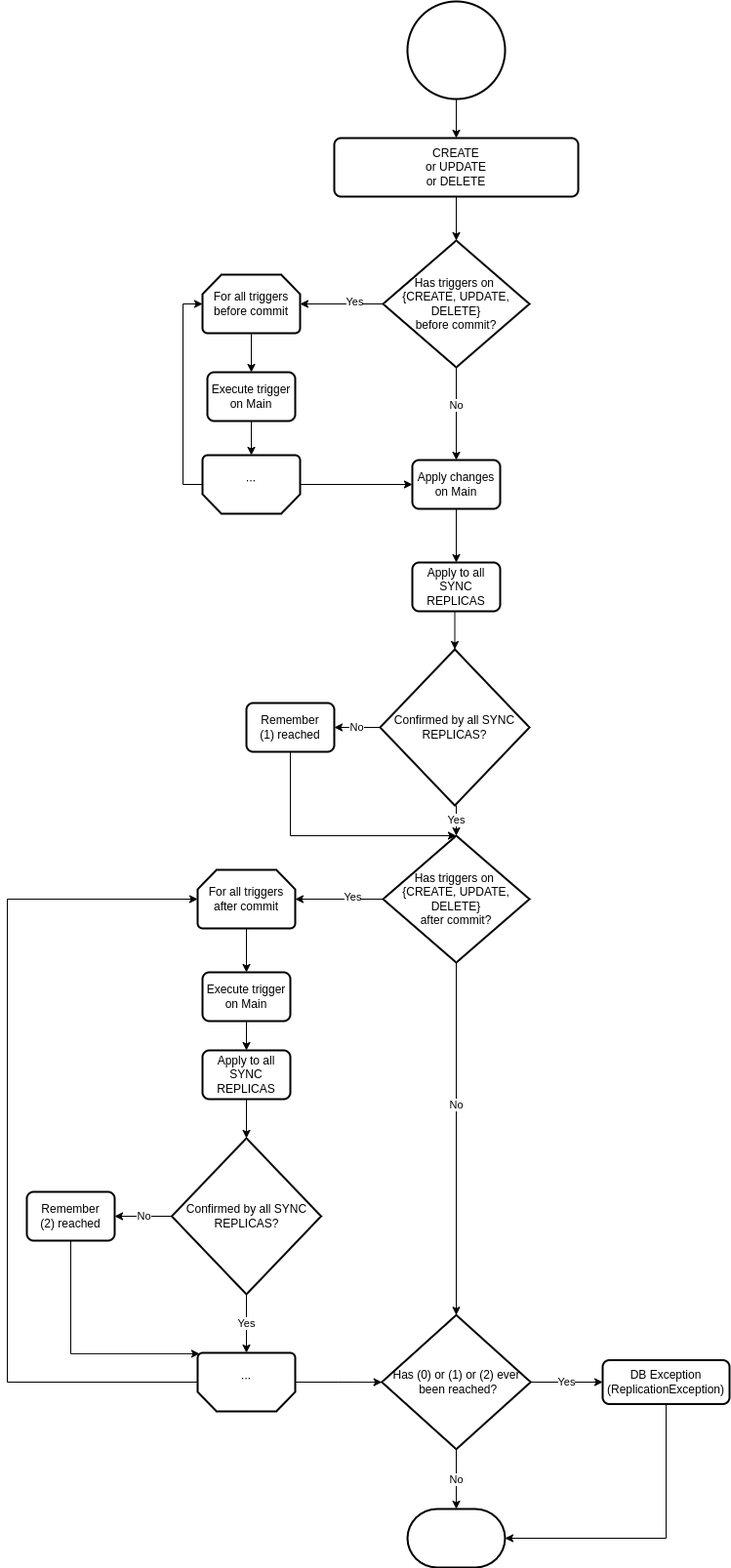
Above: docs/under-the-hood/data/replication/workflow_diagram_data_manipulation.drawio.png in memgraph/docs (draw.io), before the change. Source tidied: cells renumbered, new cells last; positions are measured from the earlier drawing's top-left corner, leaving out a move shared by most shapes.
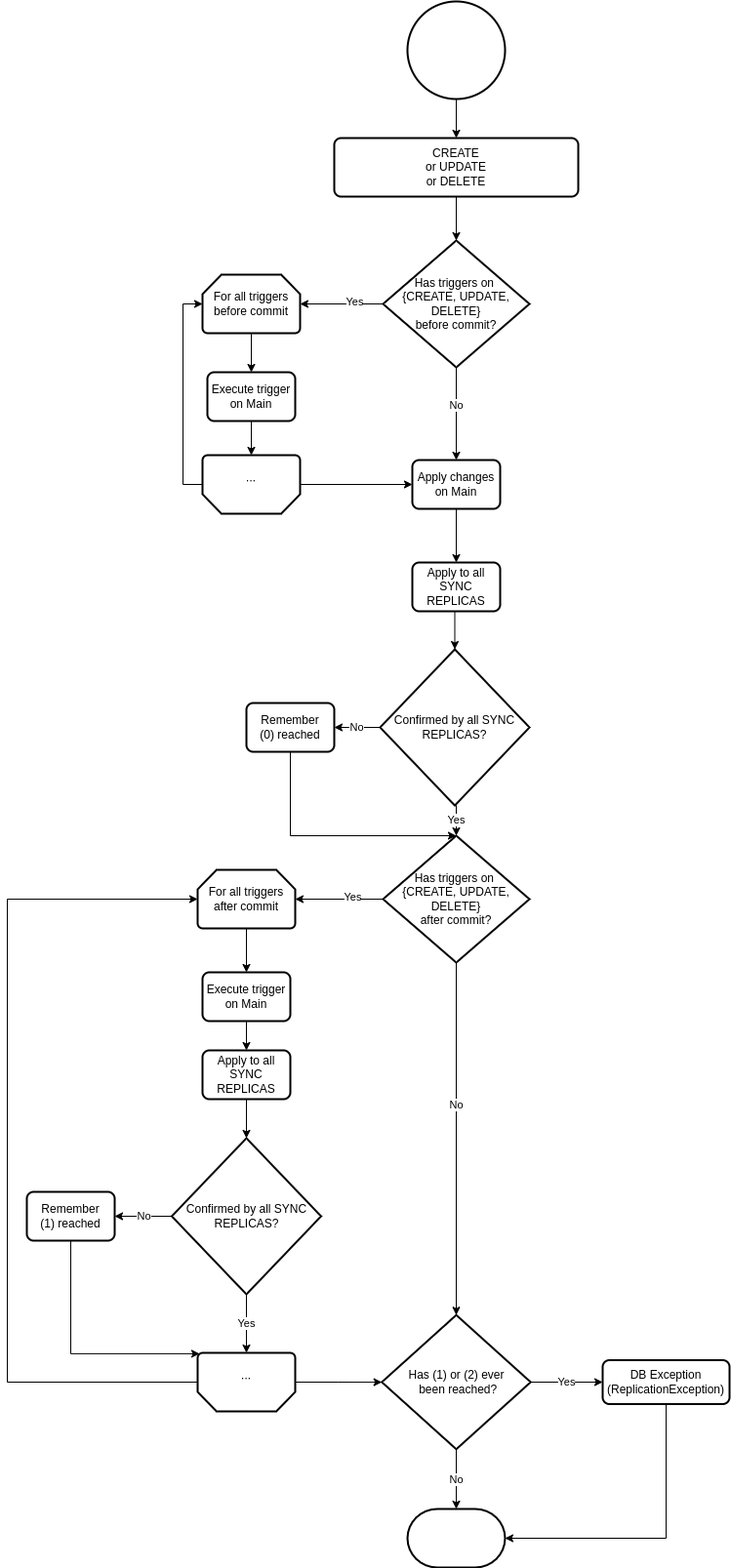
Later version of the same file.

Commit message:
Correct workflow diagram

Diff of the diagram source:
```diff
@@ -50,12 +50,12 @@
     <mxCell id="17" value="&lt;div&gt;Execute trigger&lt;/div&gt;&lt;div&gt;on Main&lt;/div&gt;" style="rounded=1;whiteSpace=wrap;html=1;absoluteArcSize=1;arcSize=14;strokeWidth=2;" parent="1" vertex="1">
       <mxGeometry x="205" y="380" width="90" height="50" as="geometry" />
     </mxCell>
-    <mxCell id="18" style="edgeStyle=orthogonalEdgeStyle;rounded=0;jettySize=auto;html=1;exitX=0.5;exitY=1;exitDx=0;exitDy=0;" parent="1" edge="1" target="x">
+    <mxCell id="18" style="edgeStyle=orthogonalEdgeStyle;rounded=0;orthogonalLoop=1;jettySize=auto;html=1;exitX=0.5;exitY=1;exitDx=0;exitDy=0;" parent="1" edge="1">
       <mxGeometry relative="1" as="geometry">
         <mxPoint x="250" y="225" as="sourcePoint" />
       </mxGeometry>
     </mxCell>
-    <mxCell id="19" value="No" style="edgeStyle=orthogonalEdgeStyle;rounded=0;jettySize=auto;html=1;exitX=0;exitY=0.5;exitDx=0;exitDy=0;exitPerimeter=0;" parent="1" edge="1" target="x">
+    <mxCell id="19" value="No" style="edgeStyle=orthogonalEdgeStyle;rounded=0;orthogonalLoop=1;jettySize=auto;html=1;exitX=0;exitY=0.5;exitDx=0;exitDy=0;exitPerimeter=0;" parent="1" edge="1">
       <mxGeometry relative="1" as="geometry">
         <mxPoint x="173.5" y="335" as="sourcePoint" />
       </mxGeometry>
@@ -88,7 +88,7 @@
         </Array>
       </mxGeometry>
     </mxCell>
-    <mxCell id="28" value="&lt;div&gt;Remember&lt;/div&gt;&lt;div&gt;(1) reached&lt;/div&gt;" style="rounded=1;whiteSpace=wrap;html=1;absoluteArcSize=1;arcSize=14;strokeWidth=2;" parent="1" vertex="1">
+    <mxCell id="28" value="&lt;div&gt;Remember&lt;/div&gt;&lt;div&gt;(0) reached&lt;/div&gt;" style="rounded=1;whiteSpace=wrap;html=1;absoluteArcSize=1;arcSize=14;strokeWidth=2;" parent="1" vertex="1">
       <mxGeometry x="245" y="719" width="90" height="50" as="geometry" />
     </mxCell>
     <mxCell id="29" value="&lt;div&gt;Has triggers on&amp;nbsp;&lt;/div&gt;&lt;div&gt;{CREATE, UPDATE, DELETE}&lt;/div&gt;&lt;div&gt;after commit?&lt;/div&gt;" style="strokeWidth=2;html=1;shape=mxgraph.flowchart.decision;whiteSpace=wrap;" parent="1" vertex="1">
@@ -155,7 +155,7 @@
         </Array>
       </mxGeometry>
     </mxCell>
-    <mxCell id="47" value="&lt;div&gt;Remember&lt;/div&gt;&lt;div&gt;(2) reached&lt;/div&gt;" style="rounded=1;whiteSpace=wrap;html=1;absoluteArcSize=1;arcSize=14;strokeWidth=2;" parent="1" vertex="1">
+    <mxCell id="47" value="&lt;div&gt;Remember&lt;/div&gt;&lt;div&gt;(1) reached&lt;/div&gt;" style="rounded=1;whiteSpace=wrap;html=1;absoluteArcSize=1;arcSize=14;strokeWidth=2;" parent="1" vertex="1">
       <mxGeometry x="20" y="1220" width="90" height="50" as="geometry" />
     </mxCell>
     <mxCell id="48" value="No" style="edgeStyle=orthogonalEdgeStyle;rounded=0;jettySize=auto;html=1;exitX=0.5;exitY=1;exitDx=0;exitDy=0;exitPerimeter=0;" parent="1" edge="1" source="50" target="51">
@@ -164,7 +164,7 @@
     <mxCell id="49" value="Yes" style="edgeStyle=orthogonalEdgeStyle;rounded=0;jettySize=auto;html=1;exitX=1;exitY=0.5;exitDx=0;exitDy=0;exitPerimeter=0;" parent="1" edge="1" source="50" target="53">
       <mxGeometry relative="1" as="geometry" />
     </mxCell>
-    <mxCell id="50" value="&lt;div&gt;Has (0) or (1) or (2) ever&lt;/div&gt;&lt;div&gt;&amp;nbsp;been reached?&lt;/div&gt;" style="strokeWidth=2;html=1;shape=mxgraph.flowchart.decision;whiteSpace=wrap;" parent="1" vertex="1">
+    <mxCell id="50" value="&lt;div&gt;Has (1) or (2) ever&lt;/div&gt;&lt;div&gt;&amp;nbsp;been reached?&lt;/div&gt;" style="strokeWidth=2;html=1;shape=mxgraph.flowchart.decision;whiteSpace=wrap;" parent="1" vertex="1">
       <mxGeometry x="383.8" y="1346.2" width="152.5" height="137.5" as="geometry" />
     </mxCell>
     <mxCell id="51" style="strokeWidth=2;html=1;shape=mxgraph.flowchart.terminator;whiteSpace=wrap;" parent="1" vertex="1">
```
